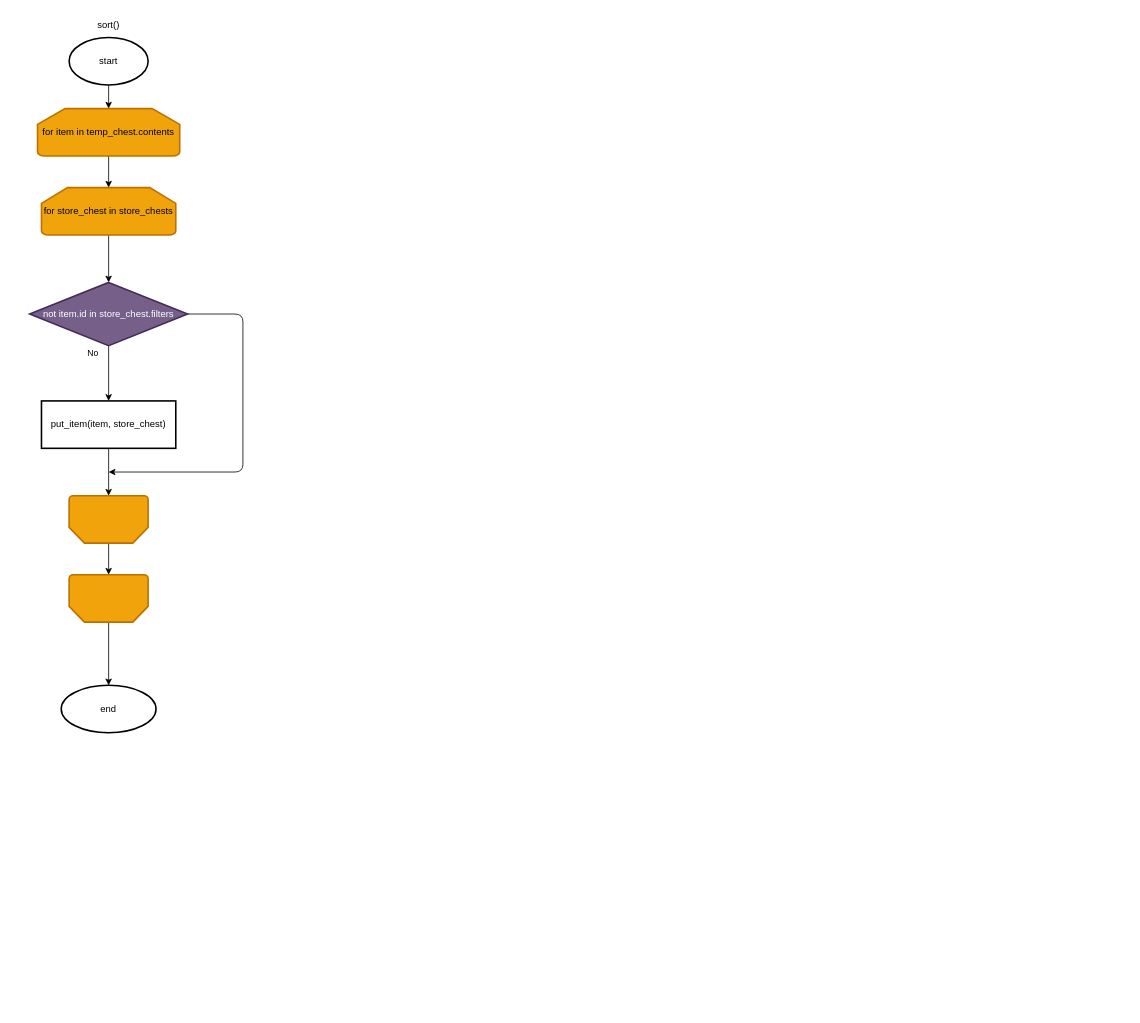
The draw.io diagram diagram/chest_sorter.drawio in sota70/item-sorter, before the edit. Source tidied: cells renumbered, new cells numbered last; positions are measured from the earlier drawing's top-left corner, leaving out a move shared by most shapes. Both pictures are drawn from the tidied source at 79%, with x=0, y=0 at pixel (29, 13).
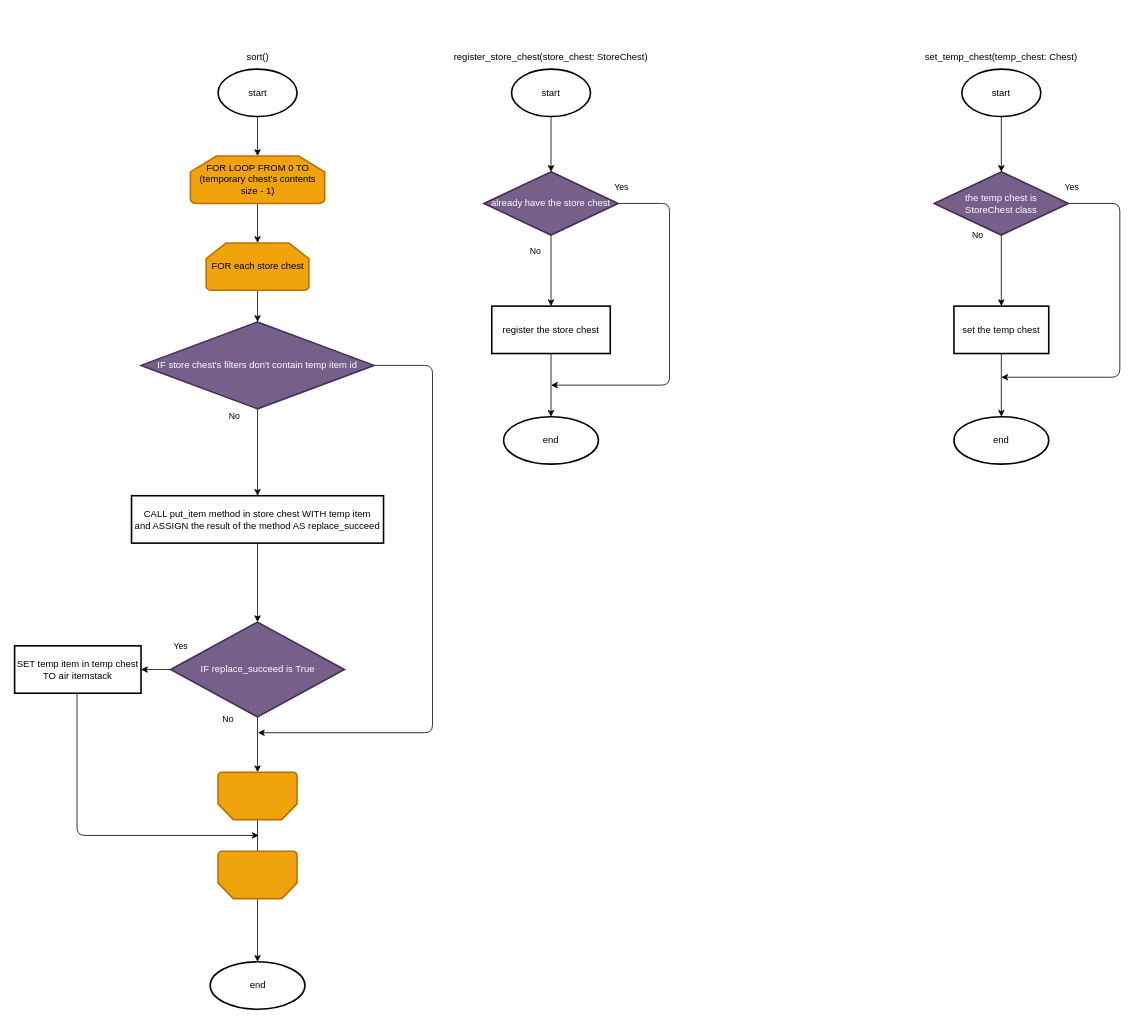
After the change.

Commit message:
added store chest and temp chest registration methods

Diff of the diagram source:
```diff
@@
     <mxCell id="3" value="start" style="strokeWidth=2;html=1;shape=mxgraph.flowchart.start_1;whiteSpace=wrap;" parent="1" vertex="1">
-      <mxGeometry x="50" y="30" width="100" height="60" as="geometry" />
+      <mxGeometry x="238.5" y="70" width="100" height="60" as="geometry" />
     </mxCell>
     <mxCell id="4" value="sort()" style="text;html=1;strokeColor=none;fillColor=none;align=center;verticalAlign=middle;whiteSpace=wrap;rounded=0;" parent="1" vertex="1">
-      <mxGeometry x="70" width="60" height="30" as="geometry" />
+      <mxGeometry x="258.5" y="40" width="60" height="30" as="geometry" />
     </mxCell>
@@
-    <mxCell id="6" value="for item in temp_chest.contents" style="strokeWidth=2;html=1;shape=mxgraph.flowchart.loop_limit;whiteSpace=wrap;fillColor=#f0a30a;fontColor=#000000;strokeColor=#BD7000;" parent="1" vertex="1">
-      <mxGeometry x="10" y="120" width="180" height="60" as="geometry" />
+    <mxCell id="6" value="FOR LOOP FROM 0 TO (temporary chest's contents size - 1)" style="strokeWidth=2;html=1;shape=mxgraph.flowchart.loop_limit;whiteSpace=wrap;fillColor=#f0a30a;fontColor=#000000;strokeColor=#BD7000;" parent="1" vertex="1">
+      <mxGeometry x="203.5" y="180" width="170" height="60" as="geometry" />
     </mxCell>
@@
-    <mxCell id="8" value="for store_chest in store_chests" style="strokeWidth=2;html=1;shape=mxgraph.flowchart.loop_limit;whiteSpace=wrap;fillColor=#f0a30a;fontColor=#000000;strokeColor=#BD7000;" parent="1" vertex="1">
-      <mxGeometry x="15" y="220" width="170" height="60" as="geometry" />
+    <mxCell id="8" value="FOR each store chest" style="strokeWidth=2;html=1;shape=mxgraph.flowchart.loop_limit;whiteSpace=wrap;fillColor=#f0a30a;fontColor=#000000;strokeColor=#BD7000;" parent="1" vertex="1">
+      <mxGeometry x="223.5" y="290" width="130" height="60" as="geometry" />
     </mxCell>
     <mxCell id="9" value="No" style="edgeStyle=none;html=1;" parent="1" edge="1" source="11" target="13">
-      <mxGeometry x="-0.71" y="-20" relative="1" as="geometry" />
+      <mxGeometry x="-0.82" y="-30" relative="1" as="geometry" />
     </mxCell>
-    <mxCell id="10" style="edgeStyle=orthogonalEdgeStyle;html=1;" parent="1" edge="1" source="11">
-      <mxGeometry relative="1" as="geometry">
-        <mxPoint x="100" y="580" as="targetPoint" />
-        <Array as="points">
-          <mxPoint x="270" y="380" />
-        </Array>
-      </mxGeometry>
-    </mxCell>
+    <mxCell id="19" style="edgeStyle=orthogonalEdgeStyle;html=1;" parent="1" edge="1" source="11">
+      <mxGeometry relative="1" as="geometry">
+        <mxPoint x="289" y="910" as="targetPoint" />
+        <Array as="points">
+          <mxPoint x="510" y="445" />
+        </Array>
+      </mxGeometry>
+    </mxCell>
-    <mxCell id="11" value="not item.id in store_chest.filters" style="rhombus;whiteSpace=wrap;html=1;strokeWidth=2;fillColor=#76608a;fontColor=#ffffff;strokeColor=#432D57;" parent="1" vertex="1">
-      <mxGeometry y="340" width="200" height="80" as="geometry" />
+    <mxCell id="11" value="IF store chest's filters don't contain temp item id" style="rhombus;whiteSpace=wrap;html=1;strokeWidth=2;fillColor=#76608a;fontColor=#ffffff;strokeColor=#432D57;" parent="1" vertex="1">
+      <mxGeometry x="141" y="390" width="295" height="110" as="geometry" />
     </mxCell>
-    <mxCell id="12" style="edgeStyle=none;html=1;entryX=0.5;entryY=1;entryDx=0;entryDy=0;entryPerimeter=0;" parent="1" edge="1" source="13" target="15">
+    <mxCell id="12" style="edgeStyle=none;html=1;entryX=0.5;entryY=0;entryDx=0;entryDy=0;" parent="1" edge="1" source="13" target="15">
       <mxGeometry relative="1" as="geometry" />
     </mxCell>
-    <mxCell id="13" value="put_item(item, store_chest)" style="whiteSpace=wrap;html=1;strokeWidth=2;" parent="1" vertex="1">
-      <mxGeometry x="15" y="490" width="170" height="60" as="geometry" />
+    <mxCell id="13" value="CALL put_item method in store chest WITH temp item&lt;br&gt;and ASSIGN the result of the method AS replace_succeed" style="whiteSpace=wrap;html=1;strokeWidth=2;" parent="1" vertex="1">
+      <mxGeometry x="129" y="610" width="319" height="60" as="geometry" />
     </mxCell>
+    <mxCell id="20" value="Yes" style="edgeStyle=none;html=1;entryX=1;entryY=0.5;entryDx=0;entryDy=0;" parent="1" edge="1" source="15" target="10">
+      <mxGeometry x="-1" y="-32" relative="1" as="geometry">
+        <mxPoint x="12" y="2" as="offset" />
+      </mxGeometry>
+    </mxCell>
+    <mxCell id="21" value="No" style="edgeStyle=orthogonalEdgeStyle;html=1;entryX=0.5;entryY=1;entryDx=0;entryDy=0;entryPerimeter=0;" parent="1" edge="1" source="15" target="14">
+      <mxGeometry x="-0.9" y="-38" relative="1" as="geometry" />
+    </mxCell>
+    <mxCell id="15" value="IF replace_succeed is True" style="rhombus;whiteSpace=wrap;html=1;strokeWidth=2;fillColor=#76608a;fontColor=#ffffff;strokeColor=#432D57;" parent="1" vertex="1">
+      <mxGeometry x="178.5" y="770" width="220" height="120" as="geometry" />
+    </mxCell>
+    <mxCell id="22" style="edgeStyle=orthogonalEdgeStyle;html=1;" parent="1" edge="1" source="10">
+      <mxGeometry relative="1" as="geometry">
+        <mxPoint x="290" y="1040" as="targetPoint" />
+        <Array as="points">
+          <mxPoint x="60" y="1040" />
+          <mxPoint x="60" y="1040" />
+        </Array>
+      </mxGeometry>
+    </mxCell>
+    <mxCell id="10" value="SET temp item in temp chest &lt;br&gt;TO air itemstack" style="whiteSpace=wrap;html=1;strokeWidth=2;" parent="1" vertex="1">
+      <mxGeometry x="-19" y="800" width="160" height="60" as="geometry" />
+    </mxCell>
+    <mxCell id="23" style="edgeStyle=none;html=1;entryX=0.5;entryY=0;entryDx=0;entryDy=0;entryPerimeter=0;" parent="1" edge="1" source="14" target="16">
+      <mxGeometry relative="1" as="geometry" />
+    </mxCell>
-    <mxCell id="14" style="edgeStyle=orthogonalEdgeStyle;html=1;entryX=0.5;entryY=1;entryDx=0;entryDy=0;entryPerimeter=0;" parent="1" edge="1" source="15" target="17">
-      <mxGeometry relative="1" as="geometry" />
+    <mxCell id="14" style="strokeWidth=2;html=1;shape=mxgraph.flowchart.loop_limit;whiteSpace=wrap;rotation=-180;fillColor=#f0a30a;fontColor=#000000;strokeColor=#BD7000;" parent="1" vertex="1">
+      <mxGeometry x="238.5" y="960" width="100" height="60" as="geometry" />
     </mxCell>
-    <mxCell id="15" style="strokeWidth=2;html=1;shape=mxgraph.flowchart.loop_limit;whiteSpace=wrap;rotation=-180;fillColor=#f0a30a;fontColor=#000000;strokeColor=#BD7000;" parent="1" vertex="1">
-      <mxGeometry x="50" y="610" width="100" height="60" as="geometry" />
-    </mxCell>
+    <mxCell id="24" style="edgeStyle=none;html=1;" parent="1" edge="1" source="16" target="25">
+      <mxGeometry relative="1" as="geometry" />
+    </mxCell>
-    <mxCell id="16" style="edgeStyle=orthogonalEdgeStyle;html=1;" parent="1" edge="1" source="17" target="18">
-      <mxGeometry relative="1" as="geometry" />
+    <mxCell id="16" style="strokeWidth=2;html=1;shape=mxgraph.flowchart.loop_limit;whiteSpace=wrap;rotation=-180;fillColor=#f0a30a;fontColor=#000000;strokeColor=#BD7000;" parent="1" vertex="1">
+      <mxGeometry x="238.5" y="1060" width="100" height="60" as="geometry" />
     </mxCell>
-    <mxCell id="17" style="strokeWidth=2;html=1;shape=mxgraph.flowchart.loop_limit;whiteSpace=wrap;rotation=-180;fillColor=#f0a30a;fontColor=#000000;strokeColor=#BD7000;" parent="1" vertex="1">
-      <mxGeometry x="50" y="710" width="100" height="60" as="geometry" />
-    </mxCell>
-    <mxCell id="18" value="end" style="ellipse;whiteSpace=wrap;html=1;strokeWidth=2;" parent="1" vertex="1">
-      <mxGeometry x="40" y="850" width="120" height="60" as="geometry" />
-    </mxCell>
+    <mxCell id="25" value="end" style="ellipse;whiteSpace=wrap;html=1;strokeWidth=2;" parent="1" vertex="1">
+      <mxGeometry x="228.5" y="1200" width="120" height="60" as="geometry" />
+    </mxCell>
+    <mxCell id="26" style="edgeStyle=none;html=1;" parent="1" edge="1" source="27" target="31">
+      <mxGeometry relative="1" as="geometry" />
+    </mxCell>
+    <mxCell id="27" value="start" style="strokeWidth=2;html=1;shape=mxgraph.flowchart.start_1;whiteSpace=wrap;" parent="1" vertex="1">
+      <mxGeometry x="610" y="70" width="100" height="60" as="geometry" />
+    </mxCell>
+    <mxCell id="28" value="register_store_chest(store_chest: StoreChest)" style="text;html=1;strokeColor=none;fillColor=none;align=center;verticalAlign=middle;whiteSpace=wrap;rounded=0;" parent="1" vertex="1">
+      <mxGeometry x="530" y="40" width="260" height="30" as="geometry" />
+    </mxCell>
+    <mxCell id="29" value="No" style="edgeStyle=none;html=1;" parent="1" edge="1" source="31" target="33">
+      <mxGeometry x="-0.56" y="-20" relative="1" as="geometry" />
+    </mxCell>
+    <mxCell id="30" value="Yes" style="edgeStyle=orthogonalEdgeStyle;html=1;" parent="1" edge="1" source="31">
+      <mxGeometry x="-0.98" y="20" relative="1" as="geometry">
+        <mxPoint x="660" y="470" as="targetPoint" />
+        <Array as="points">
+          <mxPoint x="810" y="240" />
+        </Array>
+      </mxGeometry>
+    </mxCell>
+    <mxCell id="31" value="already have the store chest" style="rhombus;whiteSpace=wrap;html=1;strokeWidth=2;fillColor=#76608a;fontColor=#ffffff;strokeColor=#432D57;" parent="1" vertex="1">
+      <mxGeometry x="575" y="200" width="170" height="80" as="geometry" />
+    </mxCell>
+    <mxCell id="32" style="edgeStyle=none;html=1;" parent="1" edge="1" source="33" target="34">
+      <mxGeometry relative="1" as="geometry" />
+    </mxCell>
+    <mxCell id="33" value="register the store chest" style="whiteSpace=wrap;html=1;strokeWidth=2;" parent="1" vertex="1">
+      <mxGeometry x="585" y="370" width="150" height="60" as="geometry" />
+    </mxCell>
+    <mxCell id="34" value="end" style="ellipse;whiteSpace=wrap;html=1;strokeWidth=2;" parent="1" vertex="1">
+      <mxGeometry x="600" y="510" width="120" height="60" as="geometry" />
+    </mxCell>
+    <mxCell id="35" style="edgeStyle=orthogonalEdgeStyle;html=1;" parent="1" edge="1" source="36" target="40">
+      <mxGeometry relative="1" as="geometry" />
+    </mxCell>
+    <mxCell id="36" value="start" style="strokeWidth=2;html=1;shape=mxgraph.flowchart.start_1;whiteSpace=wrap;" parent="1" vertex="1">
+      <mxGeometry x="1180" y="70" width="100" height="60" as="geometry" />
+    </mxCell>
+    <mxCell id="37" value="set_temp_chest(temp_chest: Chest)" style="text;html=1;strokeColor=none;fillColor=none;align=center;verticalAlign=middle;whiteSpace=wrap;rounded=0;" parent="1" vertex="1">
+      <mxGeometry x="1130" y="40" width="200" height="30" as="geometry" />
+    </mxCell>
+    <mxCell id="38" value="No" style="edgeStyle=orthogonalEdgeStyle;html=1;" parent="1" edge="1" source="40" target="42">
+      <mxGeometry x="-1" y="-30" relative="1" as="geometry" />
+    </mxCell>
+    <mxCell id="39" value="Yes" style="edgeStyle=orthogonalEdgeStyle;html=1;" parent="1" edge="1" source="40">
+      <mxGeometry x="-0.98" y="20" relative="1" as="geometry">
+        <mxPoint x="1230" y="460" as="targetPoint" />
+        <Array as="points">
+          <mxPoint x="1380" y="240" />
+        </Array>
+      </mxGeometry>
+    </mxCell>
+    <mxCell id="40" value="the temp chest is &lt;br&gt;StoreChest class" style="rhombus;whiteSpace=wrap;html=1;strokeWidth=2;fillColor=#76608a;fontColor=#ffffff;strokeColor=#432D57;" parent="1" vertex="1">
+      <mxGeometry x="1145" y="200" width="170" height="80" as="geometry" />
+    </mxCell>
+    <mxCell id="41" style="edgeStyle=orthogonalEdgeStyle;html=1;" parent="1" edge="1" source="42" target="43">
+      <mxGeometry relative="1" as="geometry" />
+    </mxCell>
+    <mxCell id="42" value="set the temp chest" style="whiteSpace=wrap;html=1;strokeWidth=2;" parent="1" vertex="1">
+      <mxGeometry x="1170" y="370" width="120" height="60" as="geometry" />
+    </mxCell>
+    <mxCell id="43" value="end" style="ellipse;whiteSpace=wrap;html=1;strokeWidth=2;" parent="1" vertex="1">
+      <mxGeometry x="1170" y="510" width="120" height="60" as="geometry" />
+    </mxCell>
```
